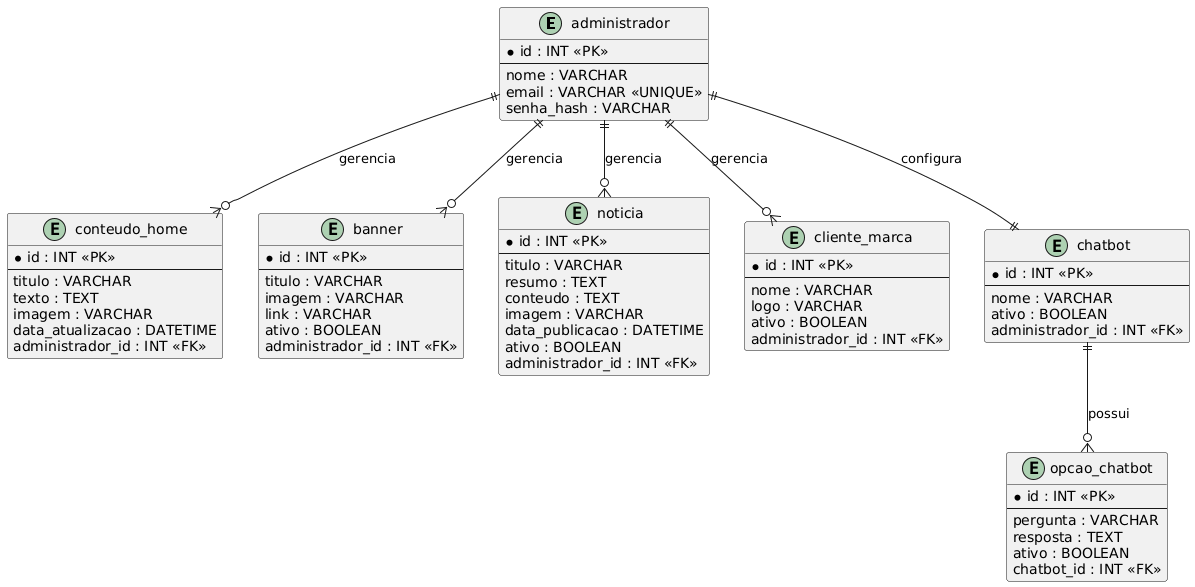
Above: docs/prd/modelo_de_dados.png in VitorSchwertner/Projeto_ConAle (PlantUML), before the change. Its source is kept beside it as docs/prd/modelo_de_dados.puml.
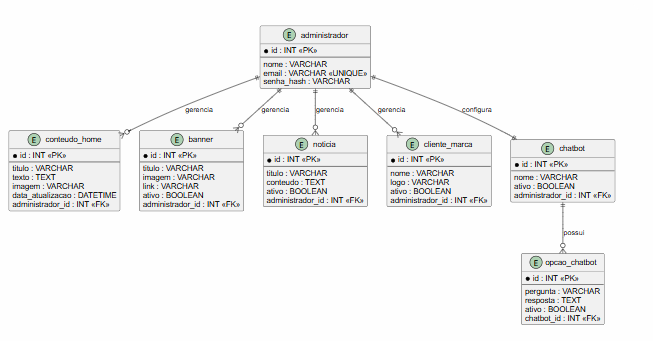
After the change.

Commit message:
alteração no modelo de dados prd

Diff of the diagram source:
```diff
@@ -32,10 +32,7 @@
   * id : INT <<PK>>
   --
   titulo : VARCHAR
-  resumo : TEXT
   conteudo : TEXT
-  imagem : VARCHAR
-  data_publicacao : DATETIME
   ativo : BOOLEAN
   administrador_id : INT <<FK>>
 }
```
